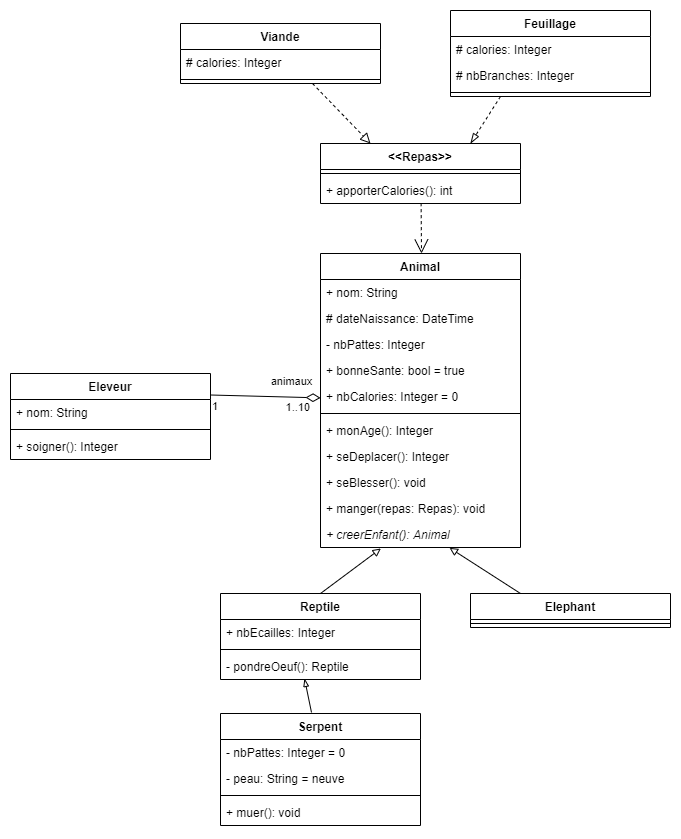
This is docs/diag.png from Noe-bot/zoo, a draw.io export, as it was before one commit. Source tidied: cells renumbered, new cells last; positions are measured from the earlier drawing's top-left corner, leaving out a move shared by most shapes.
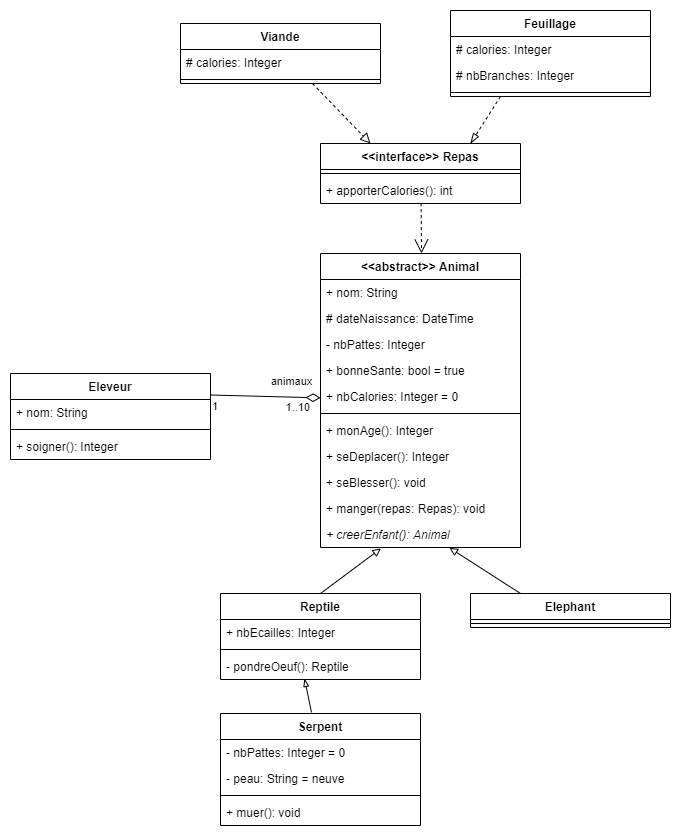
The same file after the commit.

Commit message:
Correction du diag.

Change to the diagram source:
```diff
@@ -2,7 +2,7 @@
   <root>
     <mxCell id="0" />
     <mxCell id="1" parent="0" />
-    <mxCell id="2" value="Animal" style="swimlane;fontStyle=1;align=center;verticalAlign=top;horizontal=1;startSize=26;" parent="1" vertex="1">
+    <mxCell id="2" value="&lt;&lt;abstract&gt;&gt; Animal" style="swimlane;fontStyle=1;align=center;verticalAlign=top;horizontal=1;startSize=26;" parent="1" vertex="1">
       <mxGeometry x="310" y="243" width="200" height="294" as="geometry" />
     </mxCell>
     <mxCell id="3" style="endArrow=open;html=1;endSize=12;startArrow=none;startSize=14;startFill=0;exitX=0.503;exitY=0.987;exitDx=0;exitDy=0;exitPerimeter=0;dashed=1;" parent="2" edge="1" source="42">
@@ -124,7 +124,7 @@
     <mxCell id="39" style="line;strokeWidth=1;fillColor=none;align=left;verticalAlign=middle;spacingTop=-1;spacingLeft=3;spacingRight=3;labelPosition=right;points=[];portConstraint=eastwest;" parent="37" vertex="1">
       <mxGeometry y="52" width="200" height="8" as="geometry" />
     </mxCell>
-    <mxCell id="40" value="&lt;&lt;Repas&gt;&gt;" style="swimlane;fontStyle=1;align=center;verticalAlign=top;horizontal=1;startSize=26;" parent="1" vertex="1">
+    <mxCell id="40" value="&lt;&lt;interface&gt;&gt; Repas" style="swimlane;fontStyle=1;align=center;verticalAlign=top;horizontal=1;startSize=26;" parent="1" vertex="1">
       <mxGeometry x="310" y="133" width="200" height="60" as="geometry" />
     </mxCell>
     <mxCell id="41" style="line;strokeWidth=1;fillColor=none;align=left;verticalAlign=middle;spacingTop=-1;spacingLeft=3;spacingRight=3;labelPosition=right;" parent="40" vertex="1">
```
